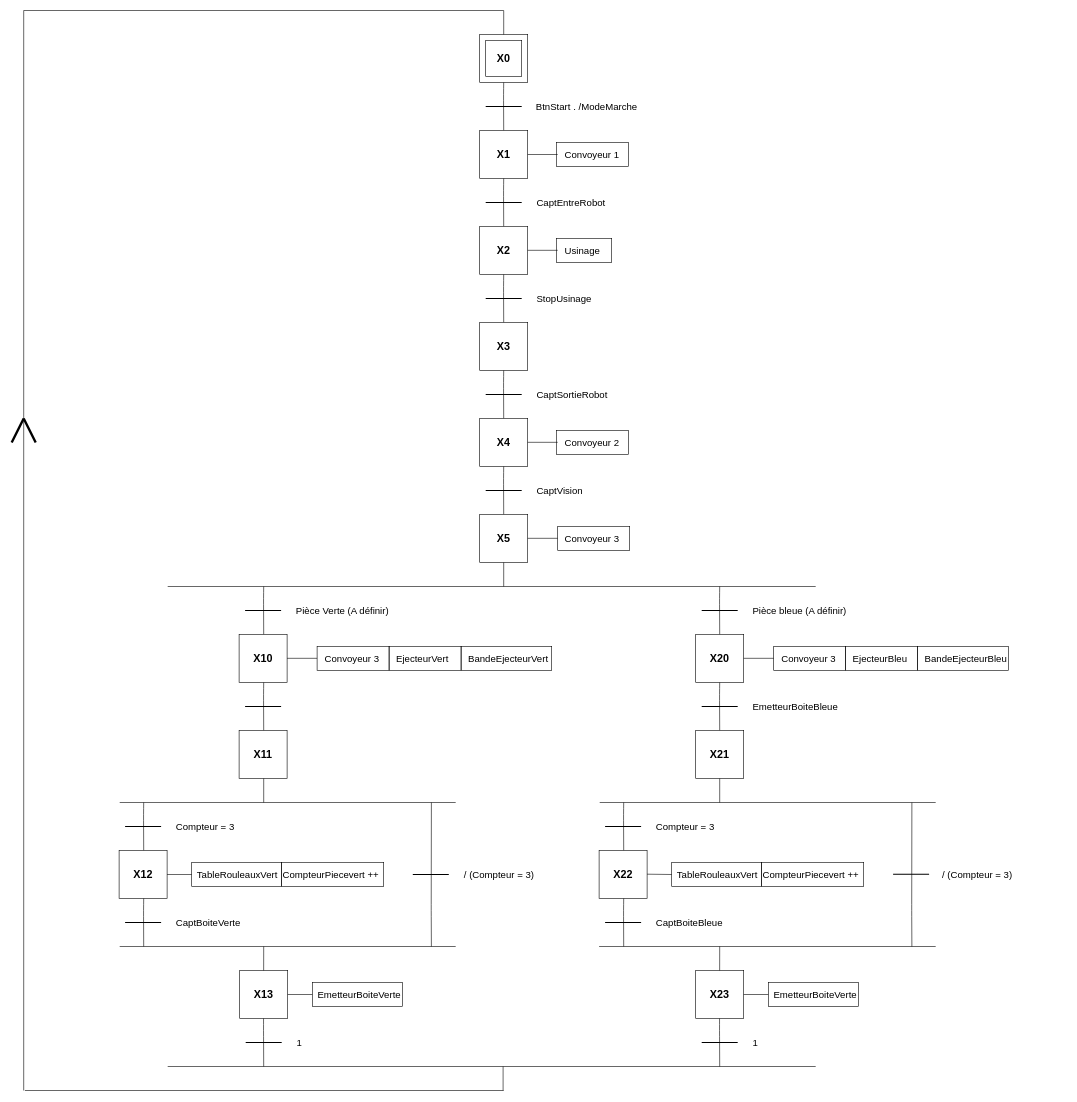
Before: ModeAuto.drawio in Sem98-chain/Trees, a draw.io diagram. Source tidied: cells renumbered, new cells numbered last; positions are measured from the earlier drawing's top-left corner, leaving out a move shared by most shapes. Both pictures are drawn from the tidied source at 60%, with x=0, y=0 at pixel (11, 10).
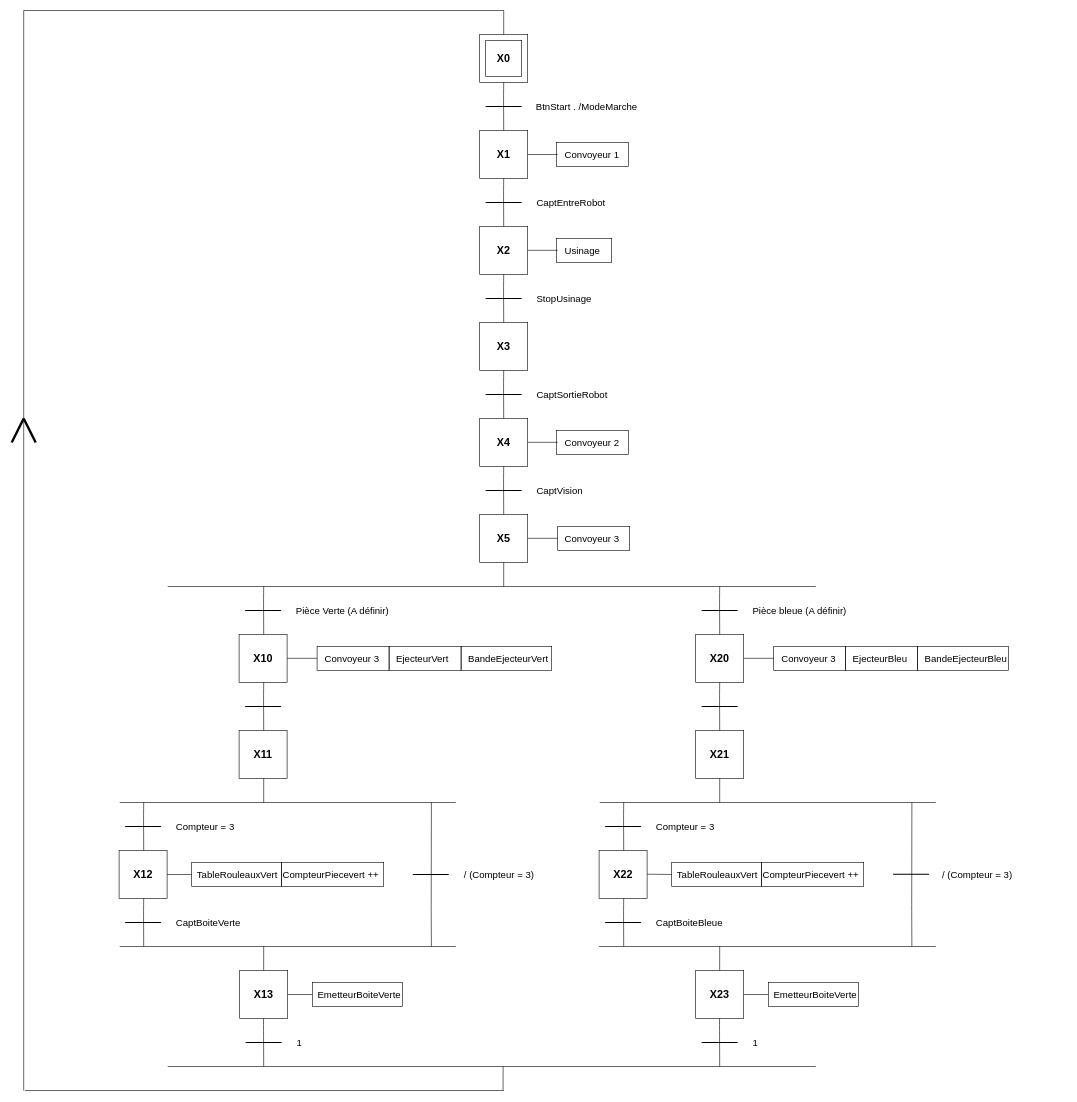
The same page after the edit.

The edit, as a diff of the source:
```diff
@@
-    <mxCell id="67" value="&lt;font style=&quot;font-size: 16px&quot;&gt;EmetteurBoiteBleue&lt;br&gt;&lt;/font&gt;" style="text;html=1;strokeColor=none;fillColor=none;align=left;verticalAlign=middle;whiteSpace=wrap;rounded=0;" parent="1" vertex="1">
-      <mxGeometry x="1233" y="1150" width="236" height="20" as="geometry" />
-    </mxCell>
```
